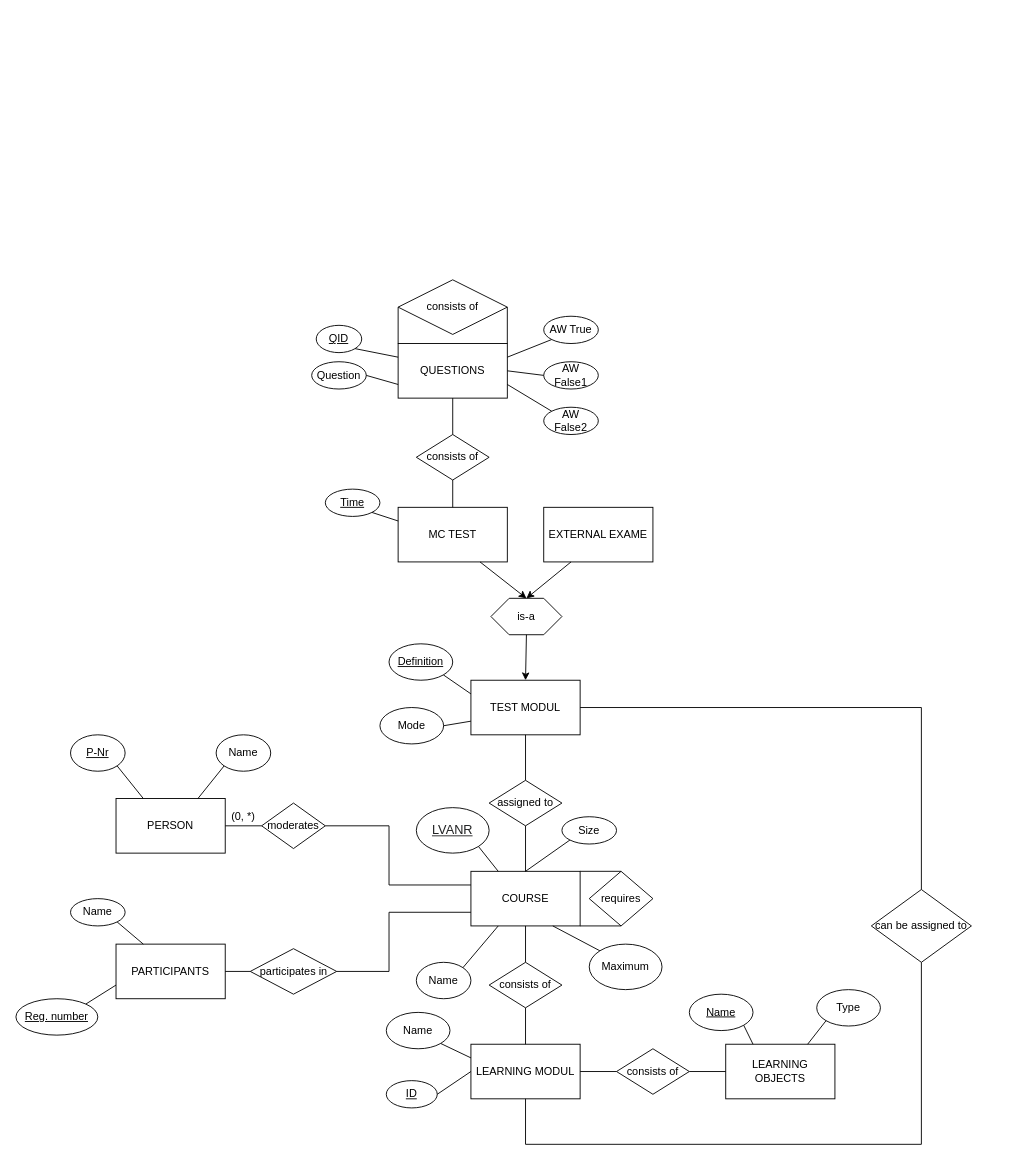
The draw.io diagram E-learning.drawio in mars-veracruz/First-Repo, before the edit. Source tidied: cells renumbered, new cells numbered last; positions are measured from the earlier drawing's top-left corner, leaving out a move shared by most shapes. Both pictures are drawn from the tidied source at 91%, with x=0, y=0 at pixel (15, 279).
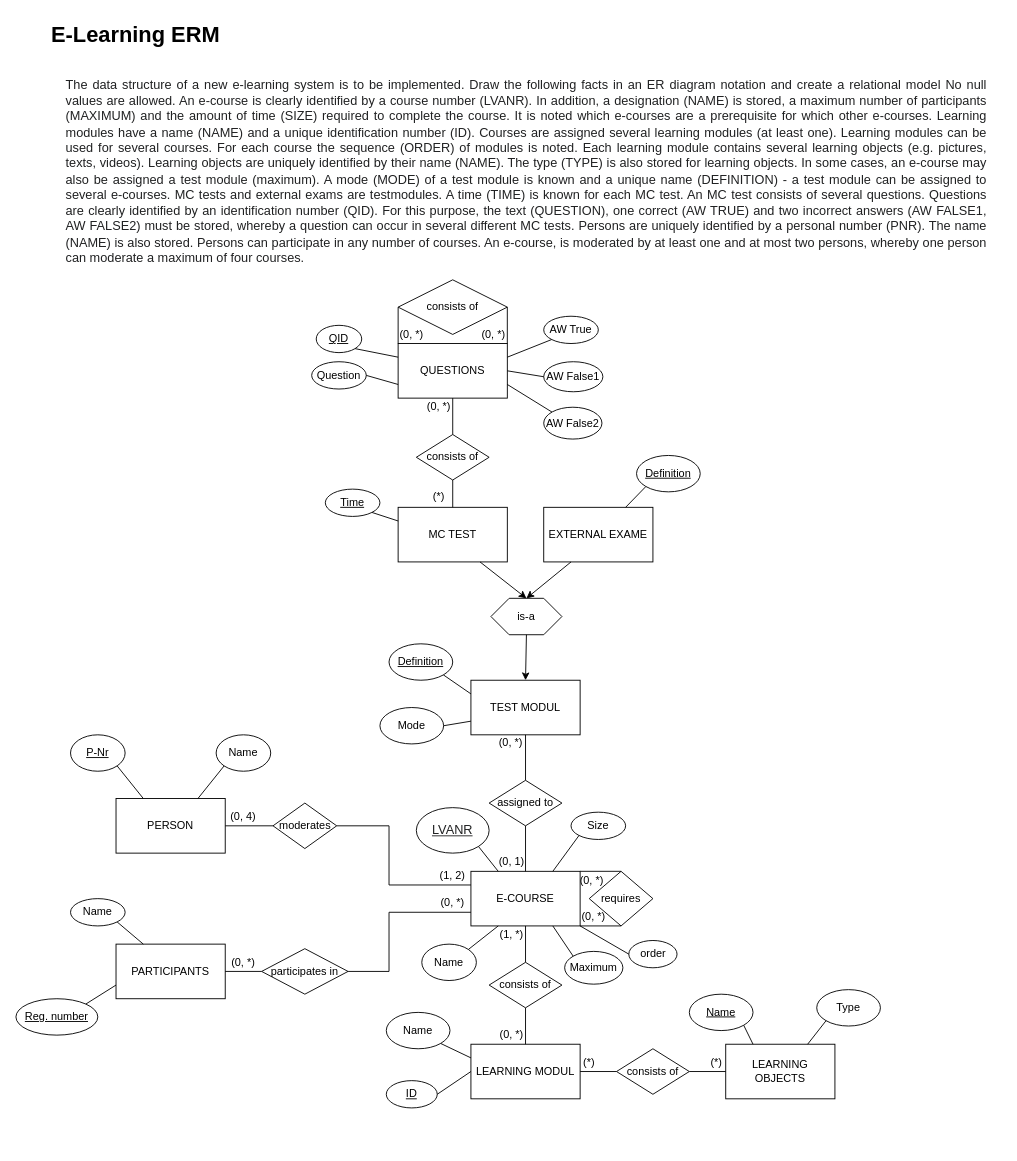
After the change.

The change refers to these unchanged cells:
```xml
<mxCell id="11" value="LEARNING MODUL" style="rounded=0;whiteSpace=wrap;html=1;" parent="1" vertex="1">
  <mxGeometry x="500" y="840" width="120" height="60" as="geometry" />
</mxCell>
<mxCell id="14" value="TEST MODUL" style="rounded=0;whiteSpace=wrap;html=1;" parent="1" vertex="1">
  <mxGeometry x="500" y="440" width="120" height="60" as="geometry" />
</mxCell>
<mxCell id="40" value="EXTERNAL EXAME" style="rounded=0;whiteSpace=wrap;html=1;" parent="1" vertex="1">
  <mxGeometry x="580" y="250" width="120" height="60" as="geometry" />
</mxCell>
```

Change to the diagram source:
```diff
@@
-    <mxCell id="2" value="COURSE" style="rounded=0;whiteSpace=wrap;html=1;" parent="1" vertex="1">
+    <mxCell id="2" value="E-COURSE" style="rounded=0;whiteSpace=wrap;html=1;" parent="1" vertex="1">
       <mxGeometry x="500" y="650" width="120" height="60" as="geometry" />
     </mxCell>
@@
     <mxCell id="6" value="Name" style="ellipse;whiteSpace=wrap;html=1;" parent="1" vertex="1">
-      <mxGeometry x="440" y="750" width="60" height="40" as="geometry" />
+      <mxGeometry x="446" y="730" width="60" height="40" as="geometry" />
     </mxCell>
@@
     <mxCell id="9" value="Maximum" style="ellipse;whiteSpace=wrap;html=1;" parent="1" vertex="1">
-      <mxGeometry x="630" y="730" width="80" height="50" as="geometry" />
+      <mxGeometry x="603" y="738" width="64" height="36" as="geometry" />
     </mxCell>
@@
     <mxCell id="12" value="Size" style="ellipse;whiteSpace=wrap;html=1;" parent="1" vertex="1">
-      <mxGeometry x="600" y="590" width="60" height="30" as="geometry" />
+      <mxGeometry x="610" y="585" width="60" height="30" as="geometry" />
     </mxCell>
-    <mxCell id="13" style="endArrow=none;html=1;rounded=0;entryX=0.5;entryY=0;entryDx=0;entryDy=0;exitX=0;exitY=1;exitDx=0;exitDy=0;" parent="1" edge="1" source="12" target="2">
+    <mxCell id="13" style="endArrow=none;html=1;rounded=0;entryX=0.75;entryY=0;entryDx=0;entryDy=0;exitX=0;exitY=1;exitDx=0;exitDy=0;" parent="1" edge="1" source="12" target="2">
       <mxGeometry relative="1" as="geometry" />
     </mxCell>
@@
     <mxCell id="58" value="AW False1" style="ellipse;whiteSpace=wrap;html=1;" parent="1" vertex="1">
-      <mxGeometry x="580" y="90" width="60" height="30" as="geometry" />
+      <mxGeometry x="580" y="90" width="65" height="33" as="geometry" />
     </mxCell>
     <mxCell id="59" value="AW False2" style="ellipse;whiteSpace=wrap;html=1;" parent="1" vertex="1">
-      <mxGeometry x="580" y="140" width="60" height="30" as="geometry" />
+      <mxGeometry x="580" y="140" width="64" height="35" as="geometry" />
     </mxCell>
@@
     <mxCell id="64" value="moderates" style="rhombus;whiteSpace=wrap;html=1;" parent="1" vertex="1">
-      <mxGeometry x="270" y="575" width="70" height="50" as="geometry" />
+      <mxGeometry x="282.5" y="575" width="70" height="50" as="geometry" />
     </mxCell>
@@
     <mxCell id="72" value="participates in" style="rhombus;whiteSpace=wrap;html=1;" parent="1" vertex="1">
-      <mxGeometry x="257.5" y="735" width="95" height="50" as="geometry" />
+      <mxGeometry x="270" y="735" width="95" height="50" as="geometry" />
     </mxCell>
@@
-    <mxCell id="79" value="can be assigned to" style="rhombus;whiteSpace=wrap;html=1;" parent="1" vertex="1">
-      <mxGeometry x="940" y="670" width="110" height="80" as="geometry" />
-    </mxCell>
-    <mxCell id="80" style="endArrow=none;html=1;rounded=0;exitX=1;exitY=0.5;exitDx=0;exitDy=0;entryX=0.5;entryY=0;entryDx=0;entryDy=0;" parent="1" edge="1" source="14" target="79">
-      <mxGeometry relative="1" as="geometry">
-        <Array as="points">
-          <mxPoint x="995" y="470" />
-        </Array>
-      </mxGeometry>
-    </mxCell>
-    <mxCell id="81" style="endArrow=none;html=1;rounded=0;exitX=0.5;exitY=1;exitDx=0;exitDy=0;entryX=0.5;entryY=1;entryDx=0;entryDy=0;" parent="1" edge="1" source="11" target="79">
-      <mxGeometry relative="1" as="geometry">
-        <Array as="points">
-          <mxPoint x="560" y="950" />
-          <mxPoint x="995" y="950" />
-        </Array>
-      </mxGeometry>
-    </mxCell>
-    <mxCell id="82" value="(0, *)" style="text;html=1;align=center;verticalAlign=middle;whiteSpace=wrap;rounded=0;" parent="1" vertex="1">
+    <mxCell id="82" value="(0, 4)" style="text;html=1;align=center;verticalAlign=middle;whiteSpace=wrap;rounded=0;" parent="1" vertex="1">
       <mxGeometry x="220" y="575" width="60" height="30" as="geometry" />
     </mxCell>
+    <mxCell id="83" value="(1, 2)" style="text;html=1;align=center;verticalAlign=middle;whiteSpace=wrap;rounded=0;" parent="1" vertex="1">
+      <mxGeometry x="450" y="640" width="60" height="30" as="geometry" />
+    </mxCell>
+    <mxCell id="84" value="(0, *)" style="text;html=1;align=center;verticalAlign=middle;whiteSpace=wrap;rounded=0;" parent="1" vertex="1">
+      <mxGeometry x="220" y="735" width="60" height="30" as="geometry" />
+    </mxCell>
+    <mxCell id="85" value="(0, *)" style="text;html=1;align=center;verticalAlign=middle;whiteSpace=wrap;rounded=0;" parent="1" vertex="1">
+      <mxGeometry x="450" y="670" width="60" height="30" as="geometry" />
+    </mxCell>
+    <mxCell id="86" value="(1, *)" style="text;html=1;align=center;verticalAlign=middle;whiteSpace=wrap;rounded=0;" parent="1" vertex="1">
+      <mxGeometry x="515" y="705" width="60" height="30" as="geometry" />
+    </mxCell>
+    <mxCell id="87" value="order" style="ellipse;whiteSpace=wrap;html=1;" parent="1" vertex="1">
+      <mxGeometry x="673.5" y="726" width="53" height="30" as="geometry" />
+    </mxCell>
+    <mxCell id="88" style="endArrow=none;html=1;rounded=0;exitX=0;exitY=0.5;exitDx=0;exitDy=0;entryX=1;entryY=1;entryDx=0;entryDy=0;" parent="1" edge="1" source="87" target="2">
+      <mxGeometry relative="1" as="geometry" />
+    </mxCell>
+    <mxCell id="89" value="(0, *)" style="text;html=1;align=center;verticalAlign=middle;whiteSpace=wrap;rounded=0;" parent="1" vertex="1">
+      <mxGeometry x="515" y="815" width="60" height="30" as="geometry" />
+    </mxCell>
+    <mxCell id="90" value="&lt;h1 style=&quot;margin-top: 0px;&quot;&gt;E-Learning ERM&lt;/h1&gt;&lt;div style=&quot;box-sizing: border-box; position: relative; flex: 1 1 auto; padding: 1rem; color: rgb(33, 37, 41); font-family: Nunito, sans-serif; font-size: 14.4px;&quot; class=&quot;modal-body&quot;&gt;&lt;div style=&quot;box-sizing: border-box; margin-bottom: 0px;&quot; class=&quot;card-text&quot;&gt;&lt;p style=&quot;text-align: justify; box-sizing: border-box; margin-top: 0px; margin-bottom: 1rem;&quot;&gt;&lt;span style=&quot;box-sizing: border-box; color: rgb(32, 33, 34); font-family: sans-serif; font-size: 14px;&quot;&gt;The data structure of a new e-learning system is to be implemented. Draw the following facts in an ER diagram notation and create a relational model No null values are allowed. An e-course is clearly identified by a course number (LVANR). In addition, a designation (NAME) is stored, a maximum number of participants (MAXIMUM) and the amount of time (SIZE) required to complete the course. It is noted which e-courses are a prerequisite for which other e-courses. Learning modules have a name (NAME) and a unique identification number (ID). Courses are assigned several learning modules (at least one). Learning modules can be used for several courses. For each course the sequence (ORDER) of modules is noted. Each learning module contains several learning objects (e.g. pictures, texts, videos). Learning objects are uniquely identified by their name (NAME). The type (TYPE) is also stored for learning objects. In some cases, an e-course may also be assigned a test module (maximum). A mode (MODE) of a test module is known and a unique name (DEFINITION) - a test module can be assigned to several e-courses. MC tests and external exams are testmodules. A time (TIME) is known for each MC test. An MC test consists of several questions. Questions are clearly identified by an identification number (QID). For this purpose, the text (QUESTION), one correct (AW TRUE) and two incorrect answers (AW FALSE1, AW FALSE2) must be stored, whereby a question can occur in several different MC tests. Persons are uniquely identified by a personal number (PNR). The name (NAME) is also stored. Persons can participate in any number of courses. An e-course, is moderated by at least one and at most two persons, whereby one person can moderate a maximum of four courses.&lt;/span&gt;&lt;/p&gt;&lt;/div&gt;&lt;/div&gt;" style="text;html=1;whiteSpace=wrap;overflow=hidden;rounded=0;" parent="1" vertex="1">
+      <mxGeometry x="37" y="-290" width="1046" height="284" as="geometry" />
+    </mxCell>
+    <mxCell id="91" value="(*)" style="text;html=1;align=center;verticalAlign=middle;whiteSpace=wrap;rounded=0;" parent="1" vertex="1">
+      <mxGeometry x="600" y="845" width="60" height="30" as="geometry" />
+    </mxCell>
+    <mxCell id="92" value="(*)" style="text;html=1;align=center;verticalAlign=middle;whiteSpace=wrap;rounded=0;" parent="1" vertex="1">
+      <mxGeometry x="740" y="845" width="60" height="30" as="geometry" />
+    </mxCell>
+    <mxCell id="93" value="(0, 1)" style="text;html=1;align=center;verticalAlign=middle;whiteSpace=wrap;rounded=0;" parent="1" vertex="1">
+      <mxGeometry x="515" y="625" width="60" height="30" as="geometry" />
+    </mxCell>
+    <mxCell id="94" value="(0, *)" style="text;html=1;align=center;verticalAlign=middle;whiteSpace=wrap;rounded=0;" parent="1" vertex="1">
+      <mxGeometry x="514" y="494" width="60" height="30" as="geometry" />
+    </mxCell>
+    <mxCell id="95" value="&lt;u&gt;Definition&lt;/u&gt;" style="ellipse;whiteSpace=wrap;html=1;" parent="1" vertex="1">
+      <mxGeometry x="682" y="193" width="70" height="40" as="geometry" />
+    </mxCell>
+    <mxCell id="96" style="endArrow=none;html=1;rounded=0;entryX=0.75;entryY=0;entryDx=0;entryDy=0;exitX=0;exitY=1;exitDx=0;exitDy=0;" parent="1" edge="1" source="95" target="40">
+      <mxGeometry relative="1" as="geometry" />
+    </mxCell>
+    <mxCell id="97" value="(0, *)" style="text;html=1;align=center;verticalAlign=middle;whiteSpace=wrap;rounded=0;" parent="1" vertex="1">
+      <mxGeometry x="405" y="45" width="60" height="30" as="geometry" />
+    </mxCell>
+    <mxCell id="98" value="(0, *)" style="text;html=1;align=center;verticalAlign=middle;whiteSpace=wrap;rounded=0;" parent="1" vertex="1">
+      <mxGeometry x="495" y="45" width="60" height="30" as="geometry" />
+    </mxCell>
+    <mxCell id="99" value="(*)" style="text;html=1;align=center;verticalAlign=middle;whiteSpace=wrap;rounded=0;" parent="1" vertex="1">
+      <mxGeometry x="435" y="223" width="60" height="30" as="geometry" />
+    </mxCell>
+    <mxCell id="100" value="(0, *)" style="text;html=1;align=center;verticalAlign=middle;whiteSpace=wrap;rounded=0;" parent="1" vertex="1">
+      <mxGeometry x="435" y="125" width="60" height="30" as="geometry" />
+    </mxCell>
+    <mxCell id="101" value="(0, *)" style="text;html=1;align=center;verticalAlign=middle;whiteSpace=wrap;rounded=0;" parent="1" vertex="1">
+      <mxGeometry x="603" y="645" width="60" height="30" as="geometry" />
+    </mxCell>
+    <mxCell id="102" value="(0, *)" style="text;html=1;align=center;verticalAlign=middle;whiteSpace=wrap;rounded=0;" parent="1" vertex="1">
+      <mxGeometry x="605" y="685" width="60" height="30" as="geometry" />
+    </mxCell>
```
